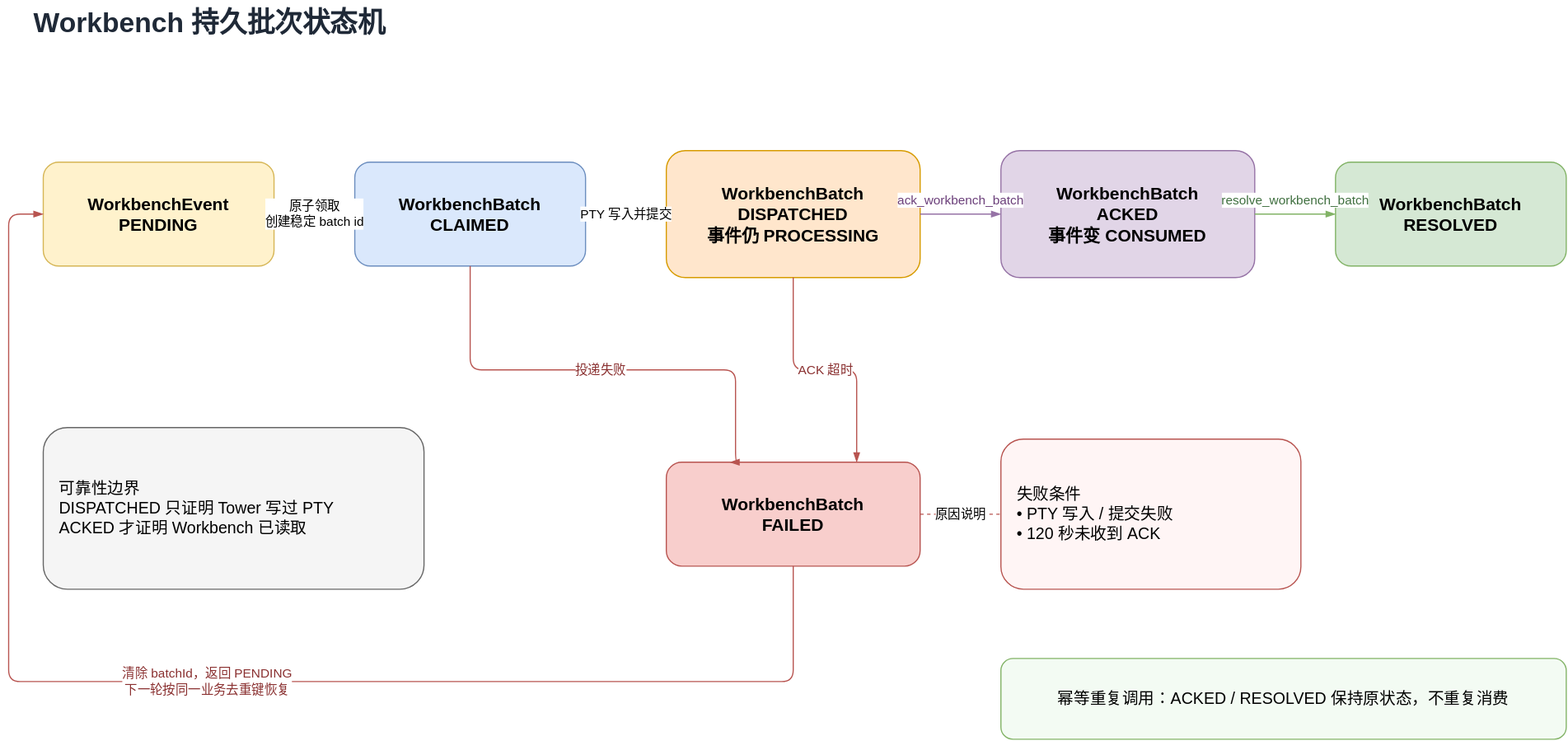
The draw.io diagram docs/diagrams/workbench-batch-state-machine.drawio.svg in jp-liu/tower, before a commit. Source tidied: cells renumbered, new cells last; positions are measured from the earlier drawing's top-left corner, leaving out a move shared by most shapes. Source of this version:
```xml
<mxGraphModel>
  <root>
    <mxCell id="0" />
    <mxCell id="1" parent="0" />
    <mxCell id="2" value="Workbench 持久批次状态机" style="text;html=1;align=left;verticalAlign=middle;fontSize=24;fontStyle=1;fontColor=#1f2937;" parent="1" vertex="1">
      <mxGeometry x="20" width="800" height="40" as="geometry" />
    </mxCell>
    <mxCell id="3" value="WorkbenchEvent&#10;PENDING" style="rounded=1;whiteSpace=wrap;html=1;fillColor=#fff2cc;strokeColor=#d6b656;fontSize=15;fontStyle=1;" parent="1" vertex="1">
      <mxGeometry x="30" y="140" width="200" height="90" as="geometry" />
    </mxCell>
    <mxCell id="4" value="WorkbenchBatch&#10;CLAIMED" style="rounded=1;whiteSpace=wrap;html=1;fillColor=#dae8fc;strokeColor=#6c8ebf;fontSize=15;fontStyle=1;" parent="1" vertex="1">
      <mxGeometry x="300" y="140" width="200" height="90" as="geometry" />
    </mxCell>
    <mxCell id="5" value="WorkbenchBatch&#10;DISPATCHED&#10;事件仍 PROCESSING" style="rounded=1;whiteSpace=wrap;html=1;fillColor=#ffe6cc;strokeColor=#d79b00;fontSize=15;fontStyle=1;" parent="1" vertex="1">
      <mxGeometry x="570" y="130" width="220" height="110" as="geometry" />
    </mxCell>
    <mxCell id="6" value="WorkbenchBatch&#10;ACKED&#10;事件变 CONSUMED" style="rounded=1;whiteSpace=wrap;html=1;fillColor=#e1d5e7;strokeColor=#9673a6;fontSize=15;fontStyle=1;" parent="1" vertex="1">
      <mxGeometry x="860" y="130" width="220" height="110" as="geometry" />
    </mxCell>
    <mxCell id="7" value="WorkbenchBatch&#10;RESOLVED" style="rounded=1;whiteSpace=wrap;html=1;fillColor=#d5e8d4;strokeColor=#82b366;fontSize=15;fontStyle=1;" parent="1" vertex="1">
      <mxGeometry x="1150" y="140" width="200" height="90" as="geometry" />
    </mxCell>
    <mxCell id="8" value="WorkbenchBatch&#10;FAILED" style="rounded=1;whiteSpace=wrap;html=1;fillColor=#f8cecc;strokeColor=#b85450;fontSize=15;fontStyle=1;" parent="1" vertex="1">
      <mxGeometry x="570" y="400" width="220" height="90" as="geometry" />
    </mxCell>
    <mxCell id="9" value="失败条件&#10;• PTY 写入 / 提交失败&#10;• 120 秒未收到 ACK" style="rounded=1;whiteSpace=wrap;html=1;fillColor=#fff5f5;strokeColor=#b85450;align=left;spacingLeft=12;fontSize=14;" parent="1" vertex="1">
      <mxGeometry x="860" y="380" width="260" height="130" as="geometry" />
    </mxCell>
    <mxCell id="10" value="可靠性边界&#10;DISPATCHED 只证明 Tower 写过 PTY&#10;ACKED 才证明 Workbench 已读取" style="rounded=1;whiteSpace=wrap;html=1;fillColor=#f5f5f5;strokeColor=#666666;align=left;spacingLeft=12;fontSize=14;" parent="1" vertex="1">
      <mxGeometry x="30" y="370" width="330" height="140" as="geometry" />
    </mxCell>
    <mxCell id="11" value="原子领取&#10;创建稳定 batch id" style="edgeStyle=orthogonalEdgeStyle;rounded=1;jettySize=auto;html=1;endArrow=blockThin;exitX=1;exitY=0.5;entryX=0;entryY=0.5;labelBackgroundColor=#ffffff;" parent="1" edge="1" source="3" target="4">
      <mxGeometry relative="1" as="geometry" />
    </mxCell>
    <mxCell id="12" value="PTY 写入并提交" style="edgeStyle=orthogonalEdgeStyle;rounded=1;jettySize=auto;html=1;endArrow=blockThin;exitX=1;exitY=0.5;entryX=0;entryY=0.5;labelBackgroundColor=#ffffff;" parent="1" edge="1" source="4" target="5">
      <mxGeometry relative="1" as="geometry" />
    </mxCell>
    <mxCell id="13" value="ack_workbench_batch" style="edgeStyle=orthogonalEdgeStyle;rounded=1;jettySize=auto;html=1;endArrow=blockThin;strokeColor=#9673a6;fontColor=#6b3f7a;exitX=1;exitY=0.5;entryX=0;entryY=0.5;labelBackgroundColor=#ffffff;" parent="1" edge="1" source="5" target="6">
      <mxGeometry relative="1" as="geometry">
        <mxPoint y="-12" as="offset" />
      </mxGeometry>
    </mxCell>
    <mxCell id="14" value="resolve_workbench_batch" style="edgeStyle=orthogonalEdgeStyle;rounded=1;jettySize=auto;html=1;endArrow=blockThin;strokeColor=#82b366;fontColor=#3f6f3f;exitX=1;exitY=0.5;entryX=0;entryY=0.5;labelBackgroundColor=#ffffff;" parent="1" edge="1" source="6" target="7">
      <mxGeometry relative="1" as="geometry">
        <mxPoint y="-12" as="offset" />
      </mxGeometry>
    </mxCell>
    <mxCell id="15" value="投递失败" style="edgeStyle=orthogonalEdgeStyle;rounded=1;jettySize=auto;html=1;endArrow=blockThin;strokeColor=#b85450;fontColor=#8a3030;exitX=0.5;exitY=1;entryX=0.25;entryY=0;labelBackgroundColor=#ffffff;" parent="1" edge="1" source="4" target="8">
      <mxGeometry relative="1" as="geometry">
        <Array as="points">
          <mxPoint x="400" y="320" />
          <mxPoint x="630" y="320" />
        </Array>
      </mxGeometry>
    </mxCell>
    <mxCell id="16" value="ACK 超时" style="edgeStyle=orthogonalEdgeStyle;rounded=1;jettySize=auto;html=1;endArrow=blockThin;strokeColor=#b85450;fontColor=#8a3030;exitX=0.5;exitY=1;entryX=0.75;entryY=0;labelBackgroundColor=#ffffff;" parent="1" edge="1" source="5" target="8">
      <mxGeometry relative="1" as="geometry" />
    </mxCell>
    <mxCell id="17" value="原因说明" style="edgeStyle=orthogonalEdgeStyle;rounded=1;jettySize=auto;html=1;endArrow=none;dashed=1;strokeColor=#b85450;exitX=1;exitY=0.5;entryX=0;entryY=0.5;" parent="1" edge="1" source="8" target="9">
      <mxGeometry relative="1" as="geometry" />
    </mxCell>
    <mxCell id="18" value="清除 batchId，返回 PENDING&#10;下一轮按同一业务去重键恢复" style="edgeStyle=orthogonalEdgeStyle;rounded=1;jettySize=auto;html=1;endArrow=blockThin;strokeColor=#b85450;fontColor=#8a3030;exitX=0.5;exitY=1;entryX=0;entryY=0.5;labelBackgroundColor=#ffffff;" parent="1" edge="1" source="8" target="3">
      <mxGeometry relative="1" as="geometry">
        <Array as="points">
          <mxPoint x="680" y="590" />
          <mxPoint y="590" />
          <mxPoint y="185" />
        </Array>
      </mxGeometry>
    </mxCell>
    <mxCell id="19" value="幂等重复调用：ACKED / RESOLVED 保持原状态，不重复消费" style="rounded=1;whiteSpace=wrap;html=1;fillColor=#f3fbf3;strokeColor=#82b366;fontSize=14;" parent="1" vertex="1">
      <mxGeometry x="860" y="570" width="490" height="70" as="geometry" />
    </mxCell>
  </root>
</mxGraphModel>
```
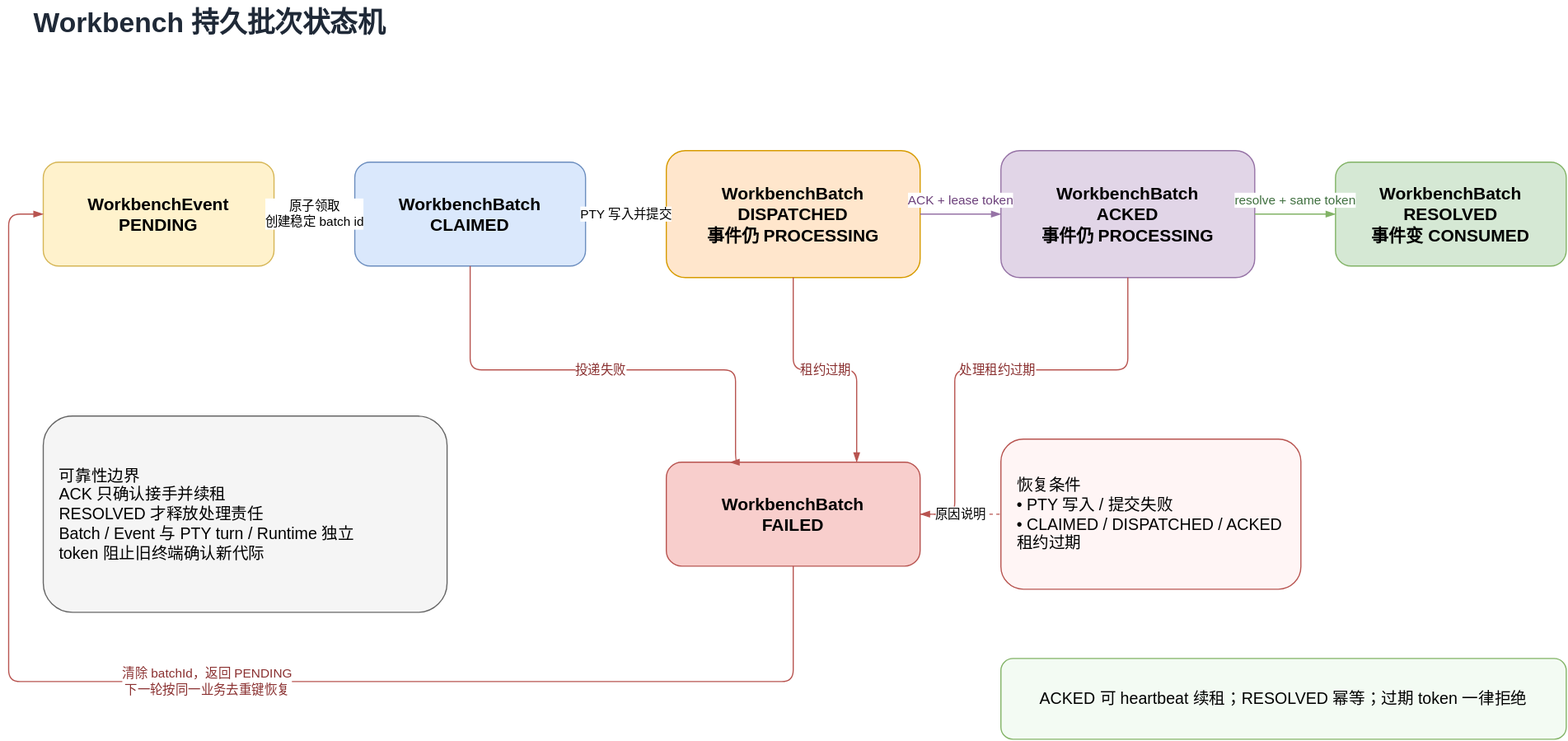
After the commit.

Change to the diagram source:
```diff
@@ -14,20 +14,20 @@
     <mxCell id="5" value="WorkbenchBatch&#10;DISPATCHED&#10;事件仍 PROCESSING" style="rounded=1;whiteSpace=wrap;html=1;fillColor=#ffe6cc;strokeColor=#d79b00;fontSize=15;fontStyle=1;" parent="1" vertex="1">
       <mxGeometry x="570" y="130" width="220" height="110" as="geometry" />
     </mxCell>
-    <mxCell id="6" value="WorkbenchBatch&#10;ACKED&#10;事件变 CONSUMED" style="rounded=1;whiteSpace=wrap;html=1;fillColor=#e1d5e7;strokeColor=#9673a6;fontSize=15;fontStyle=1;" parent="1" vertex="1">
+    <mxCell id="6" value="WorkbenchBatch&#10;ACKED&#10;事件仍 PROCESSING" style="rounded=1;whiteSpace=wrap;html=1;fillColor=#e1d5e7;strokeColor=#9673a6;fontSize=15;fontStyle=1;" parent="1" vertex="1">
       <mxGeometry x="860" y="130" width="220" height="110" as="geometry" />
     </mxCell>
-    <mxCell id="7" value="WorkbenchBatch&#10;RESOLVED" style="rounded=1;whiteSpace=wrap;html=1;fillColor=#d5e8d4;strokeColor=#82b366;fontSize=15;fontStyle=1;" parent="1" vertex="1">
+    <mxCell id="7" value="WorkbenchBatch&#10;RESOLVED&#10;事件变 CONSUMED" style="rounded=1;whiteSpace=wrap;html=1;fillColor=#d5e8d4;strokeColor=#82b366;fontSize=15;fontStyle=1;" parent="1" vertex="1">
       <mxGeometry x="1150" y="140" width="200" height="90" as="geometry" />
     </mxCell>
     <mxCell id="8" value="WorkbenchBatch&#10;FAILED" style="rounded=1;whiteSpace=wrap;html=1;fillColor=#f8cecc;strokeColor=#b85450;fontSize=15;fontStyle=1;" parent="1" vertex="1">
       <mxGeometry x="570" y="400" width="220" height="90" as="geometry" />
     </mxCell>
-    <mxCell id="9" value="失败条件&#10;• PTY 写入 / 提交失败&#10;• 120 秒未收到 ACK" style="rounded=1;whiteSpace=wrap;html=1;fillColor=#fff5f5;strokeColor=#b85450;align=left;spacingLeft=12;fontSize=14;" parent="1" vertex="1">
+    <mxCell id="9" value="恢复条件&#10;• PTY 写入 / 提交失败&#10;• CLAIMED / DISPATCHED / ACKED 租约过期" style="rounded=1;whiteSpace=wrap;html=1;fillColor=#fff5f5;strokeColor=#b85450;align=left;spacingLeft=12;fontSize=14;" parent="1" vertex="1">
       <mxGeometry x="860" y="380" width="260" height="130" as="geometry" />
     </mxCell>
-    <mxCell id="10" value="可靠性边界&#10;DISPATCHED 只证明 Tower 写过 PTY&#10;ACKED 才证明 Workbench 已读取" style="rounded=1;whiteSpace=wrap;html=1;fillColor=#f5f5f5;strokeColor=#666666;align=left;spacingLeft=12;fontSize=14;" parent="1" vertex="1">
-      <mxGeometry x="30" y="370" width="330" height="140" as="geometry" />
+    <mxCell id="10" value="可靠性边界&#10;ACK 只确认接手并续租&#10;RESOLVED 才释放处理责任&#10;Batch / Event 与 PTY turn / Runtime 独立&#10;token 阻止旧终端确认新代际" style="rounded=1;whiteSpace=wrap;html=1;fillColor=#f5f5f5;strokeColor=#666666;align=left;spacingLeft=12;fontSize=14;" parent="1" vertex="1">
+      <mxGeometry x="30" y="360" width="350" height="170" as="geometry" />
     </mxCell>
     <mxCell id="11" value="原子领取&#10;创建稳定 batch id" style="edgeStyle=orthogonalEdgeStyle;rounded=1;jettySize=auto;html=1;endArrow=blockThin;exitX=1;exitY=0.5;entryX=0;entryY=0.5;labelBackgroundColor=#ffffff;" parent="1" edge="1" source="3" target="4">
       <mxGeometry relative="1" as="geometry" />
@@ -35,12 +35,12 @@
     <mxCell id="12" value="PTY 写入并提交" style="edgeStyle=orthogonalEdgeStyle;rounded=1;jettySize=auto;html=1;endArrow=blockThin;exitX=1;exitY=0.5;entryX=0;entryY=0.5;labelBackgroundColor=#ffffff;" parent="1" edge="1" source="4" target="5">
       <mxGeometry relative="1" as="geometry" />
     </mxCell>
-    <mxCell id="13" value="ack_workbench_batch" style="edgeStyle=orthogonalEdgeStyle;rounded=1;jettySize=auto;html=1;endArrow=blockThin;strokeColor=#9673a6;fontColor=#6b3f7a;exitX=1;exitY=0.5;entryX=0;entryY=0.5;labelBackgroundColor=#ffffff;" parent="1" edge="1" source="5" target="6">
+    <mxCell id="13" value="ACK + lease token" style="edgeStyle=orthogonalEdgeStyle;rounded=1;jettySize=auto;html=1;endArrow=blockThin;strokeColor=#9673a6;fontColor=#6b3f7a;exitX=1;exitY=0.5;entryX=0;entryY=0.5;labelBackgroundColor=#ffffff;" parent="1" edge="1" source="5" target="6">
       <mxGeometry relative="1" as="geometry">
         <mxPoint y="-12" as="offset" />
       </mxGeometry>
     </mxCell>
-    <mxCell id="14" value="resolve_workbench_batch" style="edgeStyle=orthogonalEdgeStyle;rounded=1;jettySize=auto;html=1;endArrow=blockThin;strokeColor=#82b366;fontColor=#3f6f3f;exitX=1;exitY=0.5;entryX=0;entryY=0.5;labelBackgroundColor=#ffffff;" parent="1" edge="1" source="6" target="7">
+    <mxCell id="14" value="resolve + same token" style="edgeStyle=orthogonalEdgeStyle;rounded=1;jettySize=auto;html=1;endArrow=blockThin;strokeColor=#82b366;fontColor=#3f6f3f;exitX=1;exitY=0.5;entryX=0;entryY=0.5;labelBackgroundColor=#ffffff;" parent="1" edge="1" source="6" target="7">
       <mxGeometry relative="1" as="geometry">
         <mxPoint y="-12" as="offset" />
       </mxGeometry>
@@ -53,9 +53,18 @@
         </Array>
       </mxGeometry>
     </mxCell>
-    <mxCell id="16" value="ACK 超时" style="edgeStyle=orthogonalEdgeStyle;rounded=1;jettySize=auto;html=1;endArrow=blockThin;strokeColor=#b85450;fontColor=#8a3030;exitX=0.5;exitY=1;entryX=0.75;entryY=0;labelBackgroundColor=#ffffff;" parent="1" edge="1" source="5" target="8">
+    <mxCell id="16" value="租约过期" style="edgeStyle=orthogonalEdgeStyle;rounded=1;jettySize=auto;html=1;endArrow=blockThin;strokeColor=#b85450;fontColor=#8a3030;exitX=0.5;exitY=1;entryX=0.75;entryY=0;labelBackgroundColor=#ffffff;" parent="1" edge="1" source="5" target="8">
       <mxGeometry relative="1" as="geometry" />
     </mxCell>
+    <mxCell id="20" value="处理租约过期" style="edgeStyle=orthogonalEdgeStyle;rounded=1;jettySize=auto;html=1;endArrow=blockThin;strokeColor=#b85450;fontColor=#8a3030;exitX=0.5;exitY=1;entryX=1;entryY=0.5;labelBackgroundColor=#ffffff;" parent="1" edge="1" source="6" target="8">
+      <mxGeometry relative="1" as="geometry">
+        <Array as="points">
+          <mxPoint x="970" y="320" />
+          <mxPoint x="820" y="320" />
+          <mxPoint x="820" y="445" />
+        </Array>
+      </mxGeometry>
+    </mxCell>
     <mxCell id="17" value="原因说明" style="edgeStyle=orthogonalEdgeStyle;rounded=1;jettySize=auto;html=1;endArrow=none;dashed=1;strokeColor=#b85450;exitX=1;exitY=0.5;entryX=0;entryY=0.5;" parent="1" edge="1" source="8" target="9">
       <mxGeometry relative="1" as="geometry" />
     </mxCell>
@@ -68,7 +77,7 @@
         </Array>
       </mxGeometry>
     </mxCell>
-    <mxCell id="19" value="幂等重复调用：ACKED / RESOLVED 保持原状态，不重复消费" style="rounded=1;whiteSpace=wrap;html=1;fillColor=#f3fbf3;strokeColor=#82b366;fontSize=14;" parent="1" vertex="1">
+    <mxCell id="19" value="ACKED 可 heartbeat 续租；RESOLVED 幂等；过期 token 一律拒绝" style="rounded=1;whiteSpace=wrap;html=1;fillColor=#f3fbf3;strokeColor=#82b366;fontSize=14;" parent="1" vertex="1">
       <mxGeometry x="860" y="570" width="490" height="70" as="geometry" />
     </mxCell>
   </root>
```
